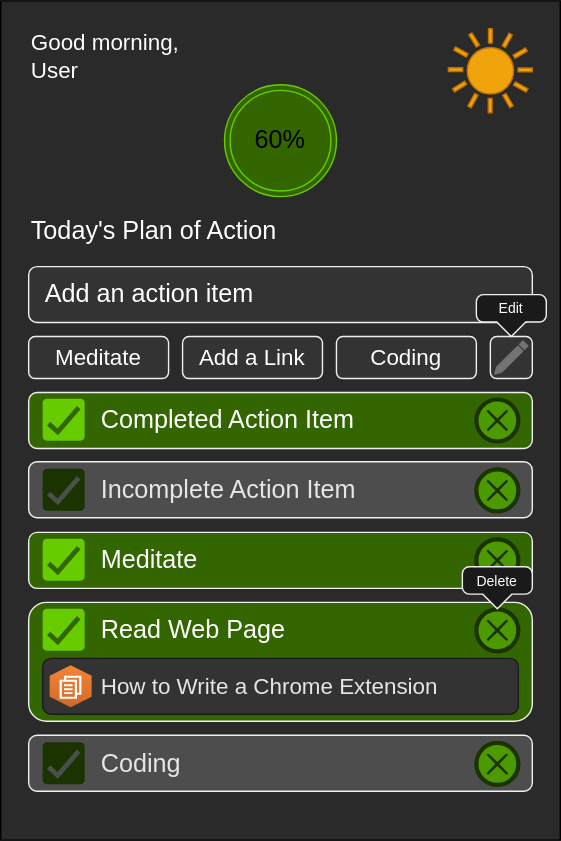
Above: docs/Wireframe.LoFi.drawio.svg in Leif-W/webext-rocket-planner (draw.io), before the change. Source tidied: cells renumbered, new cells last; positions are measured from the earlier drawing's top-left corner, leaving out a move shared by most shapes.
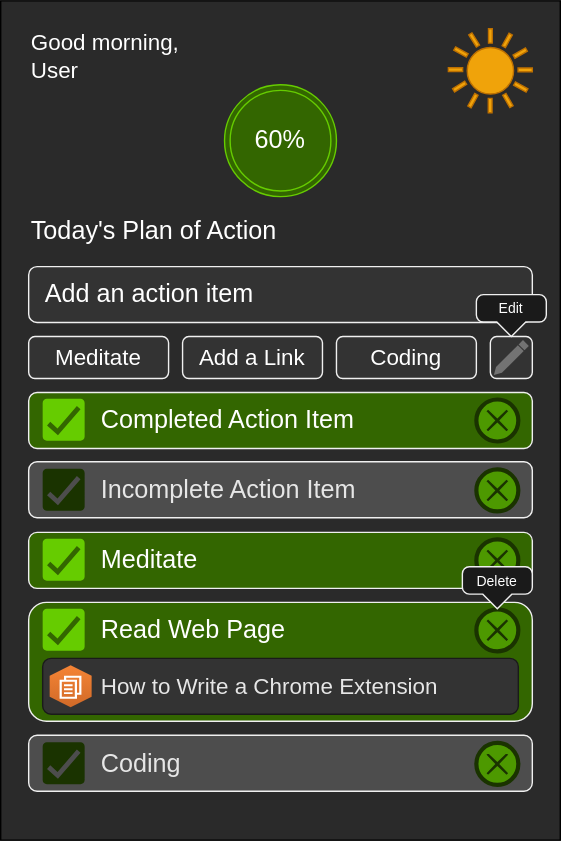
The same file after the commit.

Commit message:
Try to fix progress font

What changed in the source:
```diff
@@ -11,7 +11,7 @@
     <mxCell id="4" value="&lt;span style=&quot;font-size: 16px;&quot;&gt;User&lt;/span&gt;" style="text;html=1;strokeColor=none;fillColor=none;align=left;verticalAlign=middle;whiteSpace=wrap;rounded=0;fontSize=16;fontColor=#FFFFFF;" parent="1" vertex="1">
       <mxGeometry x="20" y="40" width="130" height="20" as="geometry" />
     </mxCell>
-    <mxCell id="5" value="60%" style="ellipse;shape=doubleEllipse;whiteSpace=wrap;html=1;labelBackgroundColor=none;fontSize=18;align=center;fillColor=#336600;strokeColor=#66CC00;" parent="1" vertex="1">
+    <mxCell id="5" value="60%" style="ellipse;shape=doubleEllipse;whiteSpace=wrap;html=1;labelBackgroundColor=none;fontSize=18;align=center;fillColor=#336600;strokeColor=#66CC00;fontColor=#FFFFFF;" parent="1" vertex="1">
       <mxGeometry x="160" y="60" width="80" height="80" as="geometry" />
     </mxCell>
     <mxCell id="6" style="shape=mxgraph.signs.nature.sun_4;fillColor=#f0a30a;strokeColor=#BD7000;verticalLabelPosition=bottom;verticalAlign=top;align=center;labelBackgroundColor=none;fontSize=14;noLabel=1;fontColor=none;" parent="1" vertex="1">
```
